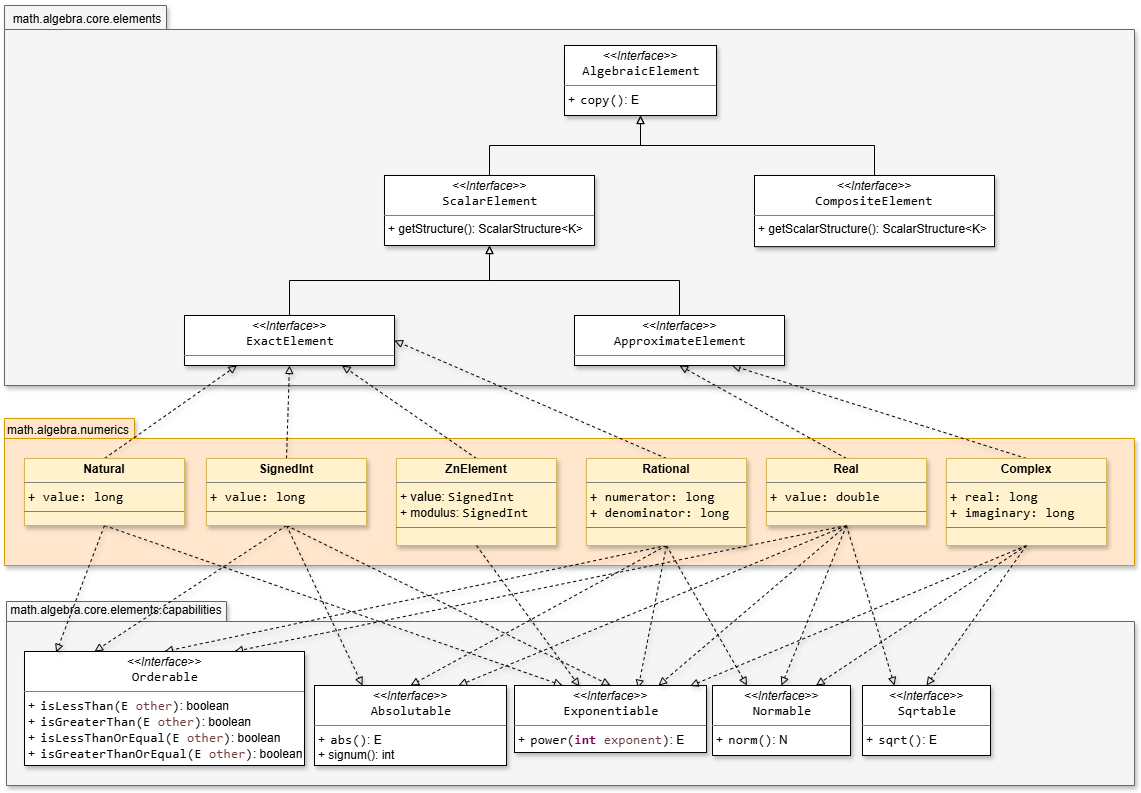
Above: resources/SMFN-algebra-elements.drawio.png in gom9000/SMFN (draw.io), before the change. Source tidied: cells renumbered, new cells last; positions are measured from the earlier drawing's top-left corner, leaving out a move shared by most shapes.
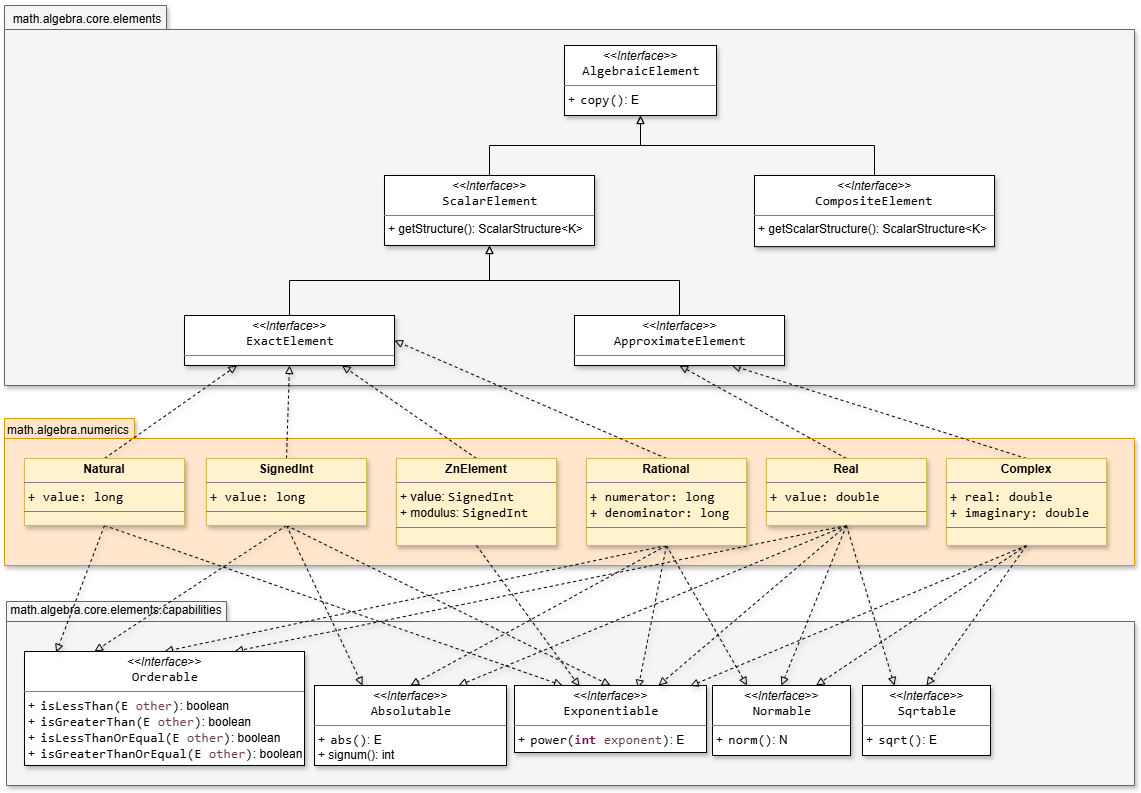
The same file after the commit.

Change to the diagram source:
```diff
@@ -80,7 +80,7 @@
     <mxCell id="27" style="rounded=0;jettySize=auto;html=1;exitX=0.5;exitY=1;exitDx=0;exitDy=0;entryX=0.5;entryY=0;entryDx=0;entryDy=0;dashed=1;strokeColor=default;align=center;verticalAlign=middle;fontFamily=Helvetica;fontSize=11;fontColor=default;labelBackgroundColor=none;endArrow=block;endFill=0;shadow=1;" parent="1" edge="1" source="28" target="32">
       <mxGeometry relative="1" as="geometry" />
     </mxCell>
-    <mxCell id="28" value="&lt;p style=&quot;margin:0px;margin-top:4px;text-align:center;&quot;&gt;&lt;b style=&quot;&quot;&gt;Complex&lt;/b&gt;&lt;/p&gt;&lt;hr size=&quot;1&quot; style=&quot;border-style:solid;&quot;&gt;&lt;p style=&quot;margin:0px;margin-left:4px;&quot;&gt;&lt;span style=&quot;color: light-dark(rgb(0, 0, 0), rgb(255, 255, 255)); font-family: Consolas; font-size: 10pt; white-space: pre; background-color: transparent;&quot;&gt;+ real: long&lt;/span&gt;&lt;/p&gt;&lt;p style=&quot;margin:0px;margin-left:4px;&quot;&gt;&lt;span style=&quot;color: light-dark(rgb(0, 0, 0), rgb(255, 255, 255)); font-family: Consolas; font-size: 10pt; white-space: pre;&quot;&gt;+ imaginary: long&lt;/span&gt;&lt;/p&gt;&lt;hr size=&quot;1&quot; style=&quot;border-style:solid;&quot;&gt;&lt;p style=&quot;margin:0px;margin-left:4px;&quot;&gt;&lt;br&gt;&lt;/p&gt;" style="verticalAlign=top;align=left;overflow=fill;html=1;whiteSpace=wrap;fillColor=#fff2cc;strokeColor=#d6b656;labelBackgroundColor=none;shadow=1;" parent="1" vertex="1">
+    <mxCell id="28" value="&lt;p style=&quot;margin:0px;margin-top:4px;text-align:center;&quot;&gt;&lt;b style=&quot;&quot;&gt;Complex&lt;/b&gt;&lt;/p&gt;&lt;hr size=&quot;1&quot; style=&quot;border-style:solid;&quot;&gt;&lt;p style=&quot;margin:0px;margin-left:4px;&quot;&gt;&lt;span style=&quot;color: light-dark(rgb(0, 0, 0), rgb(255, 255, 255)); font-family: Consolas; font-size: 10pt; white-space: pre; background-color: transparent;&quot;&gt;+ real: double&lt;/span&gt;&lt;/p&gt;&lt;p style=&quot;margin:0px;margin-left:4px;&quot;&gt;&lt;span style=&quot;color: light-dark(rgb(0, 0, 0), rgb(255, 255, 255)); font-family: Consolas; font-size: 10pt; white-space: pre;&quot;&gt;+ imaginary: double&lt;/span&gt;&lt;/p&gt;&lt;hr size=&quot;1&quot; style=&quot;border-style:solid;&quot;&gt;&lt;p style=&quot;margin:0px;margin-left:4px;&quot;&gt;&lt;br&gt;&lt;/p&gt;" style="verticalAlign=top;align=left;overflow=fill;html=1;whiteSpace=wrap;fillColor=#fff2cc;strokeColor=#d6b656;labelBackgroundColor=none;shadow=1;" parent="1" vertex="1">
       <mxGeometry x="942" y="454" width="160" height="87" as="geometry" />
     </mxCell>
     <mxCell id="29" value="&lt;p style=&quot;margin:0px;margin-top:4px;text-align:center;&quot;&gt;&lt;i&gt;&amp;lt;&amp;lt;Interface&amp;gt;&amp;gt;&lt;/i&gt;&lt;br&gt;&lt;span style=&quot;padding: 0px 0px 0px 2px;&quot;&gt;&lt;span style=&quot;font-family: Consolas; font-size: 10pt; white-space: pre;&quot;&gt;&lt;span style=&quot;&quot;&gt;Orderable&lt;/span&gt;&lt;/span&gt;&lt;/span&gt;&lt;/p&gt;&lt;hr size=&quot;1&quot; style=&quot;border-style:solid;&quot;&gt;&lt;p style=&quot;margin:0px;margin-left:4px;&quot;&gt;&lt;/p&gt;&lt;p style=&quot;margin:0px;margin-left:4px;&quot;&gt;+&amp;nbsp;&lt;span style=&quot;padding: 0px 0px 0px 2px;&quot;&gt;&lt;span style=&quot;font-family: Consolas; font-size: 10pt; white-space: pre;&quot;&gt;&lt;span style=&quot;&quot;&gt;isLessThan&lt;/span&gt;(E &lt;span style=&quot;color:#6a3e3e;&quot;&gt;other&lt;/span&gt;)&lt;/span&gt;&lt;/span&gt;: boolean&lt;br&gt;+&amp;nbsp;&lt;span style=&quot;padding: 0px 0px 0px 2px;&quot;&gt;&lt;span style=&quot;font-family: Consolas; font-size: 10pt; white-space: pre;&quot;&gt;&lt;span style=&quot;&quot;&gt;isGreaterThan&lt;/span&gt;(E &lt;span style=&quot;color:#6a3e3e;&quot;&gt;other&lt;/span&gt;)&lt;/span&gt;&lt;/span&gt;: boolean&lt;/p&gt;&lt;p style=&quot;margin:0px;margin-left:4px;&quot;&gt;+&amp;nbsp;&lt;span style=&quot;padding: 0px 0px 0px 2px;&quot;&gt;&lt;span style=&quot;font-family: Consolas; font-size: 10pt; white-space: pre;&quot;&gt;isLessThanOrEqual(E &lt;span style=&quot;color: rgb(106, 62, 62);&quot;&gt;other&lt;/span&gt;)&lt;/span&gt;&lt;/span&gt;: boolean&lt;/p&gt;&lt;p style=&quot;margin:0px;margin-left:4px;&quot;&gt;+&amp;nbsp;&lt;span style=&quot;padding: 0px 0px 0px 2px;&quot;&gt;&lt;span style=&quot;font-family: Consolas; font-size: 10pt; white-space: pre;&quot;&gt;isGreaterThanOrEqual(E &lt;span style=&quot;color: rgb(106, 62, 62);&quot;&gt;other&lt;/span&gt;)&lt;/span&gt;&lt;/span&gt;: boolean&lt;/p&gt;" style="verticalAlign=top;align=left;overflow=fill;html=1;whiteSpace=wrap;labelBackgroundColor=none;shadow=1;" parent="1" vertex="1">
```
